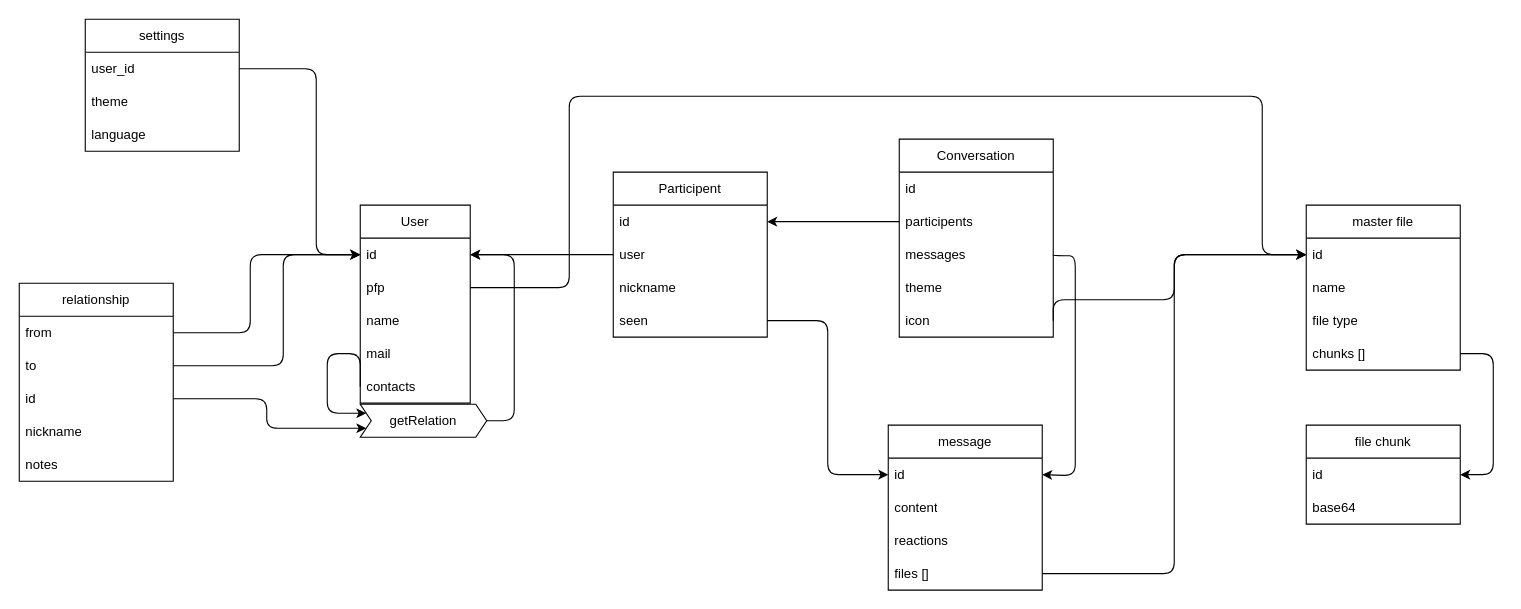
This is server/docs/wholedb.dio from GameBear64/AmberCamp, a draw.io file, before an edit. Source tidied: cells renumbered, new cells numbered last; positions are measured from the earlier drawing's top-left corner, leaving out a move shared by most shapes. Both pictures are drawn from the tidied source at 110%, with x=0, y=0 at pixel (19, 19).
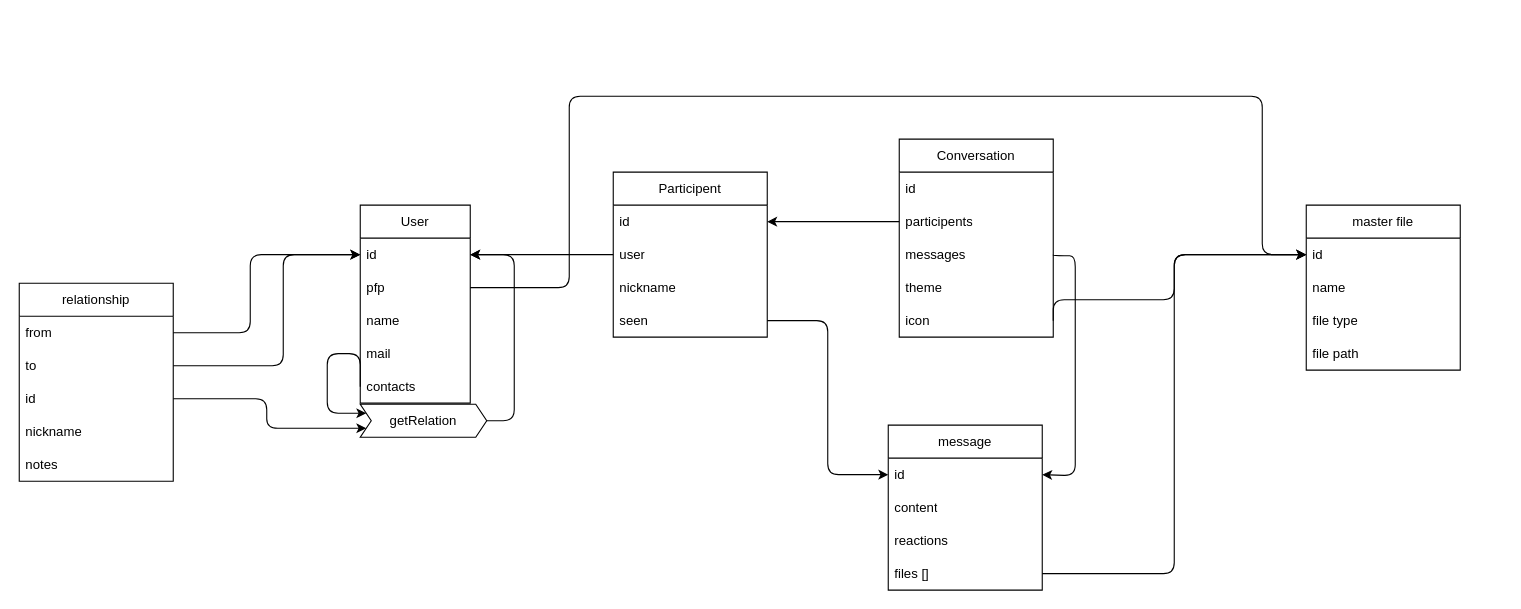
The same diagram, later.

Unchanged cells that the change refers to:
```xml
<mxCell id="3" value="id" style="text;strokeColor=none;fillColor=none;align=left;verticalAlign=middle;spacingLeft=4;spacingRight=4;overflow=hidden;points=[[0,0.5],[1,0.5]];portConstraint=eastwest;whiteSpace=wrap;html=1;" parent="2" vertex="1">
  <mxGeometry y="30" width="100" height="30" as="geometry" />
</mxCell>
<mxCell id="44" value="master file" style="swimlane;fontStyle=0;horizontal=1;startSize=30;whiteSpace=wrap;html=1;" parent="1" vertex="1">
  <mxGeometry x="1170" y="169" width="140" height="150" as="geometry" />
</mxCell>
```

Diff of the diagram source:
```diff
@@
-    <mxCell id="8" value="settings" style="swimlane;fontStyle=0;horizontal=1;startSize=30;whiteSpace=wrap;html=1;rounded=0;" parent="1" vertex="1">
-      <mxGeometry x="60" width="140" height="120" as="geometry" />
-    </mxCell>
-    <mxCell id="9" value="user_id" style="text;strokeColor=none;fillColor=none;align=left;verticalAlign=middle;spacingLeft=4;spacingRight=4;overflow=hidden;points=[[0,0.5],[1,0.5]];portConstraint=eastwest;whiteSpace=wrap;html=1;rounded=0;" parent="8" vertex="1">
-      <mxGeometry y="30" width="140" height="30" as="geometry" />
-    </mxCell>
-    <mxCell id="10" value="theme" style="text;strokeColor=none;fillColor=none;align=left;verticalAlign=middle;spacingLeft=4;spacingRight=4;overflow=hidden;whiteSpace=wrap;html=1;rounded=0;" parent="8" vertex="1">
-      <mxGeometry y="60" width="140" height="30" as="geometry" />
-    </mxCell>
-    <mxCell id="11" value="language" style="text;strokeColor=none;fillColor=none;align=left;verticalAlign=middle;spacingLeft=4;spacingRight=4;overflow=hidden;whiteSpace=wrap;html=1;rounded=0;" parent="8" vertex="1">
-      <mxGeometry y="90" width="140" height="30" as="geometry" />
-    </mxCell>
@@
-    <mxCell id="39" style="edgeStyle=orthogonalEdgeStyle;html=1;exitX=1;exitY=0.5;exitDx=0;exitDy=0;entryX=0;entryY=0.5;entryDx=0;entryDy=0;" parent="1" edge="1" source="9" target="3">
-      <mxGeometry relative="1" as="geometry">
-        <Array as="points">
-          <mxPoint x="270" y="45" />
-          <mxPoint x="270" y="214" />
-        </Array>
-      </mxGeometry>
-    </mxCell>
@@
-    <mxCell id="48" value="chunks []" style="text;strokeColor=none;fillColor=none;align=left;verticalAlign=middle;spacingLeft=4;spacingRight=4;overflow=hidden;points=[[0,0.5],[1,0.5]];portConstraint=eastwest;whiteSpace=wrap;html=1;" parent="44" vertex="1">
+    <mxCell id="48" value="file path" style="text;strokeColor=none;fillColor=none;align=left;verticalAlign=middle;spacingLeft=4;spacingRight=4;overflow=hidden;points=[[0,0.5],[1,0.5]];portConstraint=eastwest;whiteSpace=wrap;html=1;" parent="44" vertex="1">
       <mxGeometry y="120" width="140" height="30" as="geometry" />
     </mxCell>
-    <mxCell id="49" value="file chunk" style="swimlane;fontStyle=0;horizontal=1;startSize=30;whiteSpace=wrap;html=1;" parent="1" vertex="1">
-      <mxGeometry x="1170" y="369" width="140" height="90" as="geometry" />
-    </mxCell>
-    <mxCell id="50" value="id" style="text;strokeColor=none;fillColor=none;align=left;verticalAlign=middle;spacingLeft=4;spacingRight=4;overflow=hidden;whiteSpace=wrap;html=1;" parent="49" vertex="1">
-      <mxGeometry y="30" width="140" height="30" as="geometry" />
-    </mxCell>
-    <mxCell id="51" value="base64" style="text;strokeColor=none;fillColor=none;align=left;verticalAlign=middle;spacingLeft=4;spacingRight=4;overflow=hidden;whiteSpace=wrap;html=1;" parent="49" vertex="1">
-      <mxGeometry y="60" width="140" height="30" as="geometry" />
-    </mxCell>
@@
-    <mxCell id="56" style="edgeStyle=orthogonalEdgeStyle;html=1;exitX=1;exitY=0.5;exitDx=0;exitDy=0;entryX=1;entryY=0.5;entryDx=0;entryDy=0;" parent="1" edge="1" source="48" target="49">
-      <mxGeometry relative="1" as="geometry">
-        <Array as="points">
-          <mxPoint x="1340" y="304" />
-          <mxPoint x="1340" y="414" />
-        </Array>
-      </mxGeometry>
-    </mxCell>
```
